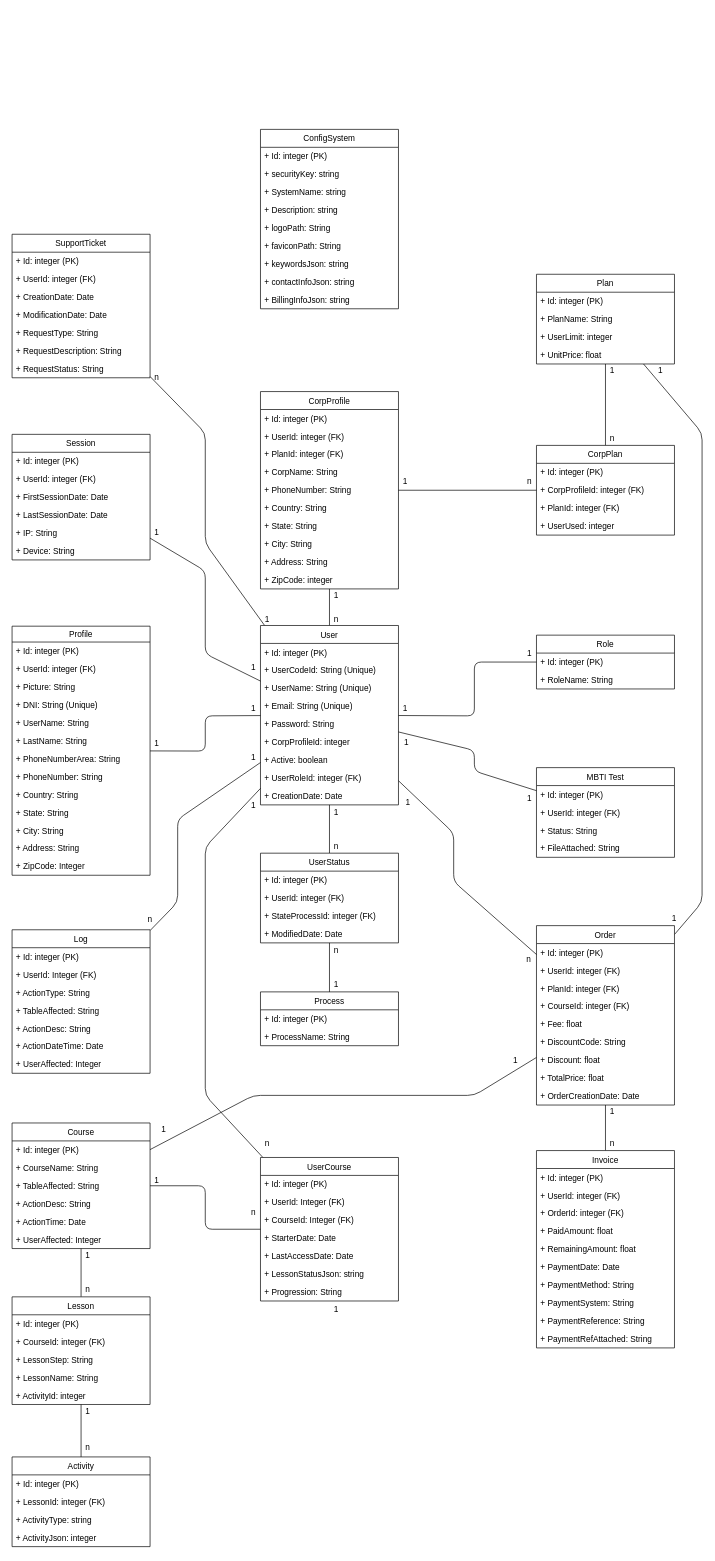
Above: documentation/ModeloBaseDatos.drawio in correakarl/TheTypeFactor (draw.io), before the change. Source tidied: cells renumbered, new cells numbered last; positions are measured from the earlier drawing's top-left corner, leaving out a move shared by most shapes. Both pictures are drawn from the tidied source at 69%, with x=0, y=0 at pixel (12, 129).
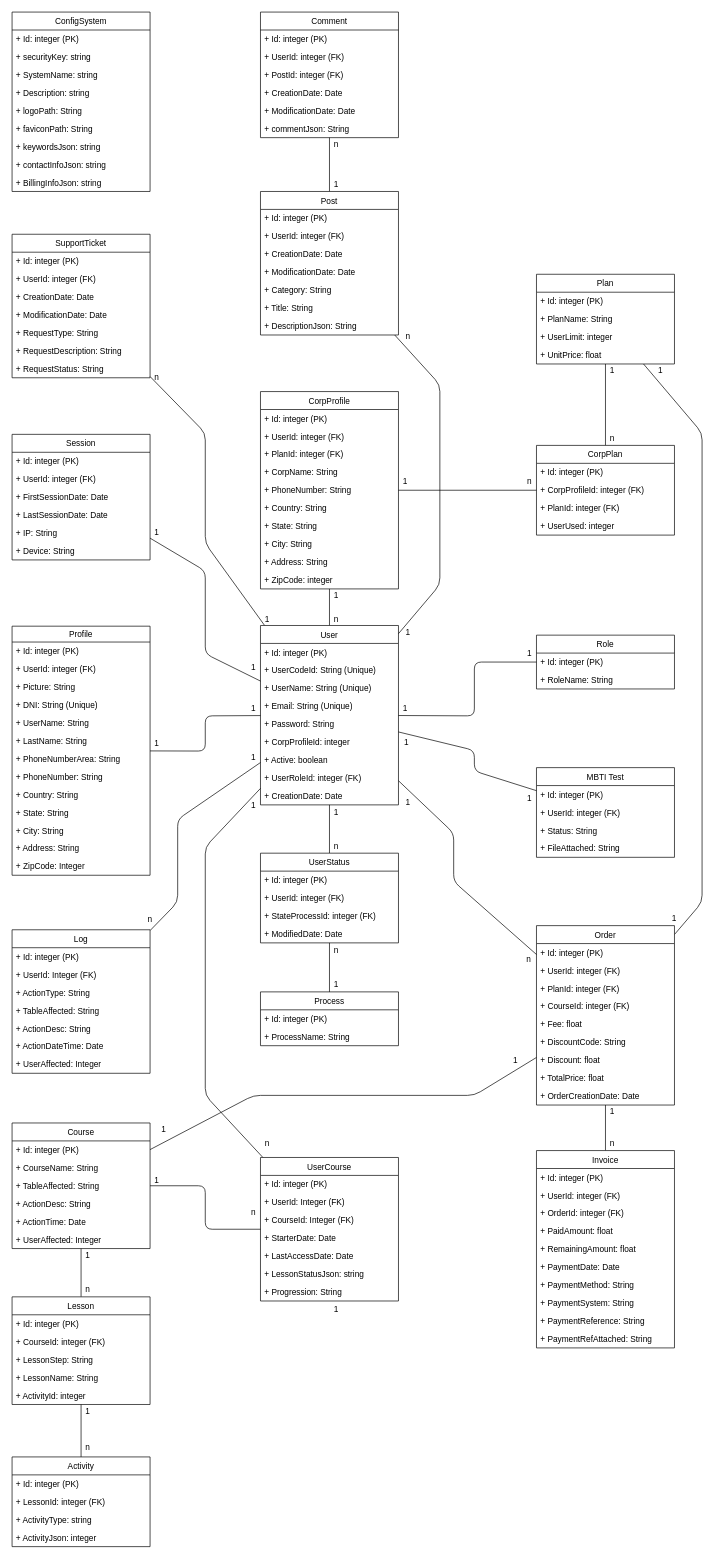
After the change.

Commit message:
Actualización base de datos

Unchanged cells that the change refers to:
```xml
<mxCell id="22" value="User" style="swimlane;fontStyle=0;horizontal=1;startSize=26;fillColor=#FFFFFF;" parent="1" vertex="1">
  <mxGeometry x="360" y="719" width="200" height="260" as="geometry" />
</mxCell>
```

Change to the diagram source:
```diff
@@
+    <mxCell id="201" style="edgeStyle=none;html=1;endArrow=none;endFill=0;" parent="1" edge="1" source="22" target="203">
+      <mxGeometry relative="1" as="geometry">
+        <Array as="points">
+          <mxPoint x="620" y="660" />
+          <mxPoint x="620" y="370" />
+        </Array>
+      </mxGeometry>
+    </mxCell>
@@
     <mxCell id="189" value="ConfigSystem" style="swimlane;fontStyle=0;horizontal=1;startSize=26;fillColor=#FFFFFF;" parent="1" vertex="1">
-      <mxGeometry x="360" width="200" height="260" as="geometry" />
+      <mxGeometry y="-170" width="200" height="260" as="geometry" />
     </mxCell>
@@
+    <mxCell id="202" style="edgeStyle=none;html=1;endArrow=none;endFill=0;" parent="1" edge="1" source="203" target="211">
+      <mxGeometry relative="1" as="geometry" />
+    </mxCell>
+    <mxCell id="203" value="Post" style="swimlane;fontStyle=0;horizontal=1;startSize=26;fillColor=#FFFFFF;" parent="1" vertex="1">
+      <mxGeometry x="360" y="90" width="200" height="208" as="geometry" />
+    </mxCell>
+    <mxCell id="204" value="+ Id: integer (PK)" style="text;strokeColor=none;fillColor=none;align=left;verticalAlign=top;spacingLeft=4;spacingRight=4;overflow=hidden;" parent="203" vertex="1">
+      <mxGeometry y="26" width="200" height="26" as="geometry" />
+    </mxCell>
+    <mxCell id="205" value="+ UserId: integer (FK)" style="text;strokeColor=none;fillColor=none;align=left;verticalAlign=top;spacingLeft=4;spacingRight=4;overflow=hidden;" parent="203" vertex="1">
+      <mxGeometry y="52" width="200" height="26" as="geometry" />
+    </mxCell>
+    <mxCell id="206" value="+ CreationDate: Date" style="text;strokeColor=none;fillColor=none;align=left;verticalAlign=top;spacingLeft=4;spacingRight=4;overflow=hidden;" parent="203" vertex="1">
+      <mxGeometry y="78" width="200" height="26" as="geometry" />
+    </mxCell>
+    <mxCell id="207" value="+ ModificationDate: Date" style="text;strokeColor=none;fillColor=none;align=left;verticalAlign=top;spacingLeft=4;spacingRight=4;overflow=hidden;" parent="203" vertex="1">
+      <mxGeometry y="104" width="200" height="26" as="geometry" />
+    </mxCell>
+    <mxCell id="208" value="+ Category: String" style="text;strokeColor=none;fillColor=none;align=left;verticalAlign=top;spacingLeft=4;spacingRight=4;overflow=hidden;" parent="203" vertex="1">
+      <mxGeometry y="130" width="200" height="26" as="geometry" />
+    </mxCell>
+    <mxCell id="209" value="+ Title: String" style="text;strokeColor=none;fillColor=none;align=left;verticalAlign=top;spacingLeft=4;spacingRight=4;overflow=hidden;" parent="203" vertex="1">
+      <mxGeometry y="156" width="200" height="26" as="geometry" />
+    </mxCell>
+    <mxCell id="210" value="+ DescriptionJson: String" style="text;strokeColor=none;fillColor=none;align=left;verticalAlign=top;spacingLeft=4;spacingRight=4;overflow=hidden;" parent="203" vertex="1">
+      <mxGeometry y="182" width="200" height="26" as="geometry" />
+    </mxCell>
+    <mxCell id="211" value="Comment" style="swimlane;fontStyle=0;horizontal=1;startSize=26;fillColor=#FFFFFF;" parent="1" vertex="1">
+      <mxGeometry x="360" y="-170" width="200" height="182" as="geometry" />
+    </mxCell>
+    <mxCell id="212" value="+ Id: integer (PK)" style="text;strokeColor=none;fillColor=none;align=left;verticalAlign=top;spacingLeft=4;spacingRight=4;overflow=hidden;" parent="211" vertex="1">
+      <mxGeometry y="26" width="200" height="26" as="geometry" />
+    </mxCell>
+    <mxCell id="213" value="+ UserId: integer (FK)" style="text;strokeColor=none;fillColor=none;align=left;verticalAlign=top;spacingLeft=4;spacingRight=4;overflow=hidden;" parent="211" vertex="1">
+      <mxGeometry y="52" width="200" height="26" as="geometry" />
+    </mxCell>
+    <mxCell id="214" value="+ PostId: integer (FK)" style="text;strokeColor=none;fillColor=none;align=left;verticalAlign=top;spacingLeft=4;spacingRight=4;overflow=hidden;" parent="211" vertex="1">
+      <mxGeometry y="78" width="200" height="26" as="geometry" />
+    </mxCell>
+    <mxCell id="215" value="+ CreationDate: Date" style="text;strokeColor=none;fillColor=none;align=left;verticalAlign=top;spacingLeft=4;spacingRight=4;overflow=hidden;" parent="211" vertex="1">
+      <mxGeometry y="104" width="200" height="26" as="geometry" />
+    </mxCell>
+    <mxCell id="216" value="+ ModificationDate: Date" style="text;strokeColor=none;fillColor=none;align=left;verticalAlign=top;spacingLeft=4;spacingRight=4;overflow=hidden;" parent="211" vertex="1">
+      <mxGeometry y="130" width="200" height="26" as="geometry" />
+    </mxCell>
+    <mxCell id="217" value="+ commentJson: String" style="text;strokeColor=none;fillColor=none;align=left;verticalAlign=top;spacingLeft=4;spacingRight=4;overflow=hidden;" parent="211" vertex="1">
+      <mxGeometry y="156" width="200" height="26" as="geometry" />
+    </mxCell>
+    <mxCell id="218" value="n" style="text;html=1;strokeColor=none;fillColor=none;align=center;verticalAlign=middle;whiteSpace=wrap;rounded=0;" parent="1" vertex="1">
+      <mxGeometry x="564" y="290" width="20" height="20" as="geometry" />
+    </mxCell>
+    <mxCell id="219" value="1" style="text;html=1;strokeColor=none;fillColor=none;align=center;verticalAlign=middle;whiteSpace=wrap;rounded=0;" parent="1" vertex="1">
+      <mxGeometry x="564" y="720" width="20" height="20" as="geometry" />
+    </mxCell>
+    <mxCell id="220" value="1" style="text;html=1;strokeColor=none;fillColor=none;align=center;verticalAlign=middle;whiteSpace=wrap;rounded=0;" parent="1" vertex="1">
+      <mxGeometry x="460" y="70" width="20" height="20" as="geometry" />
+    </mxCell>
+    <mxCell id="221" value="n" style="text;html=1;strokeColor=none;fillColor=none;align=center;verticalAlign=middle;whiteSpace=wrap;rounded=0;" parent="1" vertex="1">
+      <mxGeometry x="460" y="12" width="20" height="20" as="geometry" />
+    </mxCell>
```
